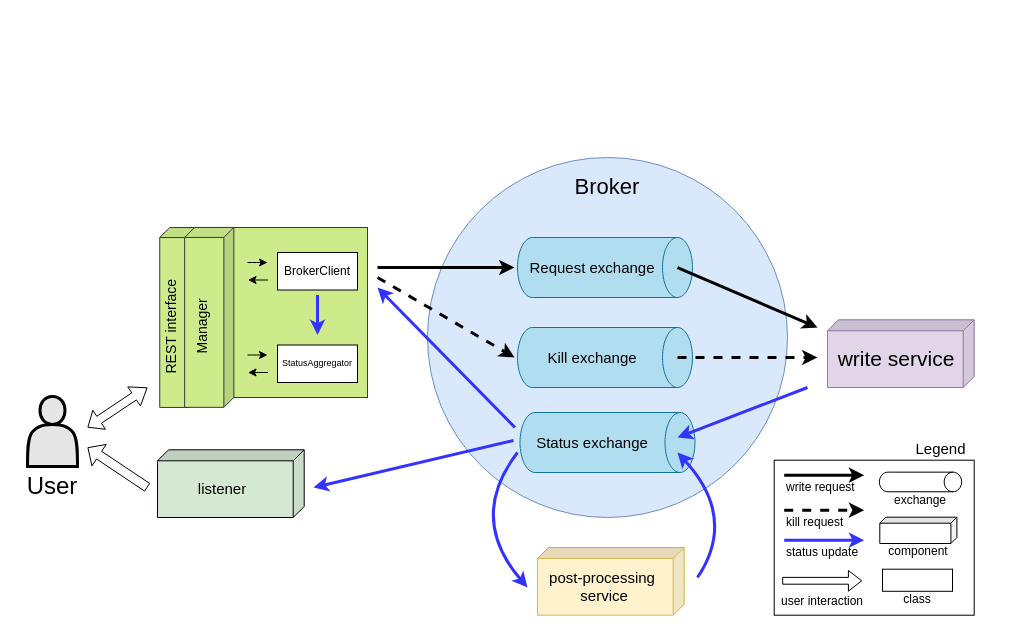
Earlier version of the draw.io diagram page "user_interaction_flow" (2 of 3) of docs/diagrams.drawio (paulscherrerinstitute/std_daq_service). Source tidied: cells renumbered, new cells numbered last; positions are measured from the earlier drawing's top-left corner, leaving out a move shared by most shapes. Both pictures are drawn from the tidied source at 100%, with x=0, y=0 at pixel (17, 157).
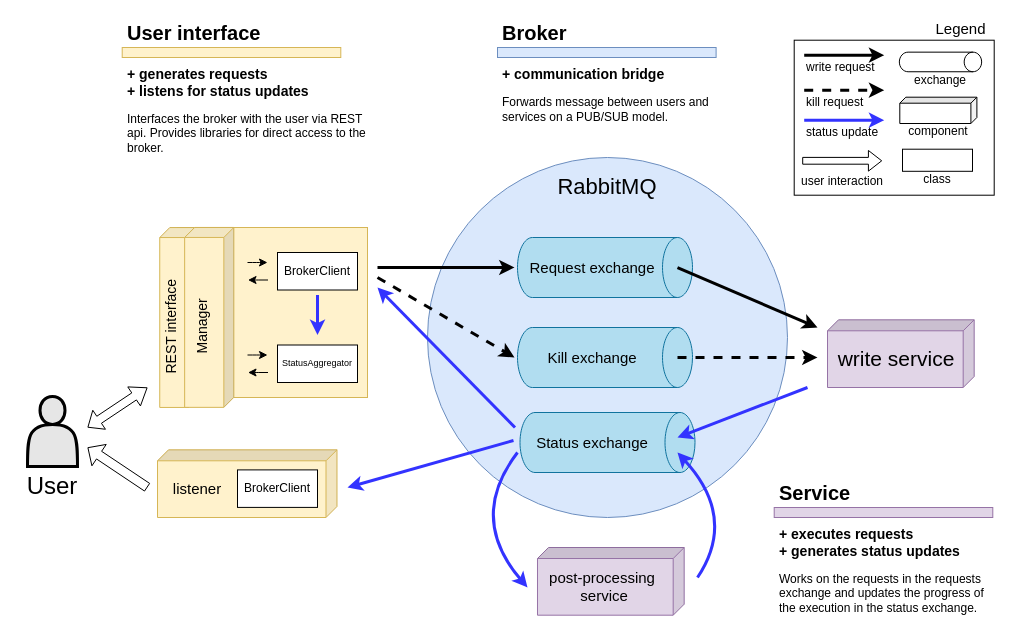
After the change.

Commit message (it also covers changes not shown here):
Finalize the user interaction diagram

Unchanged cells that the change refers to:
```xml
<mxCell id="24" style="group;" parent="1" vertex="1">
  <mxGeometry x="140" y="70" width="210" height="179.9" as="geometry" />
</mxCell>
<mxCell id="35" style="group;" parent="24" vertex="1">
  <mxGeometry width="76.4" height="179.9" as="geometry" />
</mxCell>
<mxCell id="43" style="group;spacing=2;fontSize=10;" parent="1" vertex="1">
  <mxGeometry x="520" y="390" width="146.7" height="67.7" as="geometry" />
</mxCell>
```

The edit, as a diff of the source:
```diff
@@
     <mxCell id="6" style="endArrow=classic;html=1;anchorPointDirection=0;strokeWidth=3;" parent="1" edge="1">
-      <mxGeometry x="470" y="270" as="geometry">
+      <mxGeometry x="470" y="321" as="geometry">
         <mxPoint x="360" y="110" as="sourcePoint" />
         <mxPoint x="497" y="110" as="targetPoint" />
       </mxGeometry>
     </mxCell>
     <mxCell id="7" style="endArrow=classic;html=1;anchorPointDirection=0;strokeWidth=3;dashed=1;" parent="1" edge="1">
-      <mxGeometry x="470" y="260" as="geometry">
+      <mxGeometry x="470" y="311" as="geometry">
         <mxPoint x="360" y="120" as="sourcePoint" />
         <mxPoint x="497" y="200" as="targetPoint" />
       </mxGeometry>
     </mxCell>
-    <mxCell id="8" value="Broker" style="text;html=1;strokeColor=none;fillColor=none;align=center;verticalAlign=middle;whiteSpace=wrap;rounded=0;fontSize=22;" parent="1" vertex="1">
+    <mxCell id="8" value="RabbitMQ" style="text;html=1;strokeColor=none;fillColor=none;align=center;verticalAlign=middle;whiteSpace=wrap;rounded=0;fontSize=22;" parent="1" vertex="1">
       <mxGeometry x="570" y="20" width="40" height="20" as="geometry" />
     </mxCell>
@@
     <mxCell id="18" style="endArrow=classic;html=1;anchorPointDirection=0;strokeWidth=3;dashed=1;" parent="1" edge="1">
-      <mxGeometry x="453" y="259.1" as="geometry">
+      <mxGeometry x="453" y="310.1" as="geometry">
         <mxPoint x="660" y="200.1" as="sourcePoint" />
         <mxPoint x="800" y="200" as="targetPoint" />
       </mxGeometry>
     </mxCell>
     <mxCell id="19" style="endArrow=classic;html=1;anchorPointDirection=0;strokeWidth=3;" parent="1" edge="1">
-      <mxGeometry x="453" y="260.1" as="geometry">
+      <mxGeometry x="453" y="311.1" as="geometry">
         <mxPoint x="660" y="110.1" as="sourcePoint" />
         <mxPoint x="800" y="170" as="targetPoint" />
       </mxGeometry>
     </mxCell>
     <mxCell id="20" style="endArrow=classic;html=1;anchorPointDirection=0;strokeWidth=3;strokeColor=#3333FF;curved=1;" parent="1" edge="1">
-      <mxGeometry x="303" y="327.1" as="geometry">
+      <mxGeometry x="303" y="378.1" as="geometry">
         <mxPoint x="500" y="295" as="sourcePoint" />
         <mxPoint x="510" y="430" as="targetPoint" />
         <Array as="points">
           <mxPoint x="450" y="360" />
         </Array>
       </mxGeometry>
     </mxCell>
     <mxCell id="21" style="endArrow=classic;html=1;anchorPointDirection=0;strokeWidth=3;strokeColor=#3333FF;curved=1;" parent="1" edge="1">
-      <mxGeometry x="543" y="322.1" as="geometry">
+      <mxGeometry x="543" y="373.1" as="geometry">
         <mxPoint x="680" y="420" as="sourcePoint" />
         <mxPoint x="660" y="295" as="targetPoint" />
         <Array as="points">
           <mxPoint x="720" y="360" />
         </Array>
       </mxGeometry>
     </mxCell>
     <mxCell id="22" style="endArrow=none;html=1;anchorPointDirection=0;strokeWidth=3;startArrow=classic;startFill=1;endFill=0;strokeColor=#3333FF;" parent="1" edge="1">
-      <mxGeometry x="470.5" y="250" as="geometry">
+      <mxGeometry x="470.5" y="301" as="geometry">
         <mxPoint x="360" y="130" as="sourcePoint" />
         <mxPoint x="497.5" y="270" as="targetPoint" />
       </mxGeometry>
     </mxCell>
     <mxCell id="23" style="endArrow=classic;html=1;anchorPointDirection=0;strokeWidth=3;strokeColor=#3333FF;" parent="1" edge="1">
-      <mxGeometry x="453" y="242" as="geometry">
+      <mxGeometry x="453" y="293" as="geometry">
         <mxPoint x="790" y="230" as="sourcePoint" />
         <mxPoint x="660" y="280" as="targetPoint" />
       </mxGeometry>
     </mxCell>
@@
-    <mxCell id="25" style="rounded=0;whiteSpace=wrap;html=1;fillColor=#cdeb8b;strokeColor=#36393d;" parent="24" vertex="1">
+    <mxCell id="25" style="rounded=0;whiteSpace=wrap;html=1;fillColor=#fff2cc;strokeColor=#d6b656;" parent="24" vertex="1">
       <mxGeometry x="20" width="190" height="170" as="geometry" />
     </mxCell>
@@
-    <mxCell id="36" style="shape=cube;whiteSpace=wrap;html=1;boundedLbl=1;backgroundOutline=1;darkOpacity=0.05;darkOpacity2=0.1;fontSize=21;size=10;rotation=90;direction=north;fillColor=#cdeb8b;strokeColor=#36393d;flipV=1;" parent="35" vertex="1">
+    <mxCell id="36" style="shape=cube;whiteSpace=wrap;html=1;boundedLbl=1;backgroundOutline=1;darkOpacity=0.05;darkOpacity2=0.1;fontSize=21;size=10;rotation=90;direction=north;fillColor=#fff2cc;strokeColor=#d6b656;flipV=1;" parent="35" vertex="1">
       <mxGeometry x="-68.3" y="70.6" width="179.9" height="38.8" as="geometry" />
     </mxCell>
-    <mxCell id="37" style="shape=cube;whiteSpace=wrap;html=1;boundedLbl=1;backgroundOutline=1;darkOpacity=0.05;darkOpacity2=0.1;fontSize=21;size=10;rotation=90;direction=north;fillColor=#cdeb8b;strokeColor=#36393d;flipV=1;" parent="35" vertex="1">
+    <mxCell id="37" style="shape=cube;whiteSpace=wrap;html=1;boundedLbl=1;backgroundOutline=1;darkOpacity=0.05;darkOpacity2=0.1;fontSize=21;size=10;rotation=90;direction=north;fillColor=#fff2cc;strokeColor=#d6b656;flipV=1;" parent="35" vertex="1">
       <mxGeometry x="-38.2" y="65.3" width="179.9" height="49.2" as="geometry" />
     </mxCell>
@@
-    <mxCell id="44" style="shape=cube;whiteSpace=wrap;html=1;boundedLbl=1;backgroundOutline=1;darkOpacity=0.05;darkOpacity2=0.1;rotation=90;size=11;fillColor=#fff2cc;strokeColor=#d6b656;" parent="43" vertex="1">
+    <mxCell id="44" style="shape=cube;whiteSpace=wrap;html=1;boundedLbl=1;backgroundOutline=1;darkOpacity=0.05;darkOpacity2=0.1;rotation=90;size=11;fillColor=#e1d5e7;strokeColor=#9673a6;" parent="43" vertex="1">
       <mxGeometry x="39.5" y="-39.5" width="67.7" height="146.7" as="geometry" />
     </mxCell>
@@
+    <mxCell id="73" style="endArrow=none;html=1;anchorPointDirection=0;strokeWidth=3;startArrow=classic;startFill=1;endFill=0;strokeColor=#3333FF;" parent="1" edge="1">
+      <mxGeometry x="469" y="314" as="geometry">
+        <mxPoint x="330" y="330" as="sourcePoint" />
+        <mxPoint x="496" y="283" as="targetPoint" />
+      </mxGeometry>
+    </mxCell>
+    <mxCell id="74" style="shape=flexArrow;endArrow=classic;html=1;fontSize=15;fontColor=#000000;strokeColor=#000000;startArrow=block;width=8.4;startSize=4.156000000000001;endSize=4.86;startWidth=13.440000000000001;endWidth=13.440000000000001;" parent="1" edge="1">
+      <mxGeometry relative="1" as="geometry">
+        <mxPoint x="70" y="270" as="sourcePoint" />
+        <mxPoint x="130" y="230" as="targetPoint" />
+      </mxGeometry>
+    </mxCell>
+    <mxCell id="75" style="shape=flexArrow;endArrow=none;html=1;fontSize=15;fontColor=#000000;strokeColor=#000000;endFill=0;startArrow=block;width=9.2;startSize=4.136;startWidth=15.52;" parent="1" edge="1">
+      <mxGeometry relative="1" as="geometry">
+        <mxPoint x="70" y="289.9" as="sourcePoint" />
+        <mxPoint x="130" y="330" as="targetPoint" />
+      </mxGeometry>
+    </mxCell>
+    <mxCell id="76" style="group;" parent="1" vertex="1">
+      <mxGeometry x="104.7" y="-140" width="250" height="170" as="geometry" />
+    </mxCell>
+    <mxCell id="77" value="&lt;h1 style=&quot;font-size: 14px&quot;&gt;&lt;font style=&quot;font-size: 14px&quot;&gt;+ generates requests&lt;br&gt;+ listens for status updates&lt;/font&gt;&lt;/h1&gt;&lt;p&gt;Interfaces the broker with the user via REST api. Provides libraries for direct access to the broker.&lt;/p&gt;" style="text;html=1;strokeColor=none;fillColor=none;spacing=5;spacingTop=-20;whiteSpace=wrap;overflow=hidden;rounded=0;fontColor=#000000;" parent="76" vertex="1">
+      <mxGeometry y="50" width="250" height="120" as="geometry" />
+    </mxCell>
+    <mxCell id="78" style="rounded=0;whiteSpace=wrap;html=1;fillColor=#fff2cc;strokeColor=#d6b656;" parent="76" vertex="1">
+      <mxGeometry y="30" width="218.6" height="10" as="geometry" />
+    </mxCell>
+    <mxCell id="79" value="&lt;font style=&quot;font-size: 20px&quot;&gt;User interface&lt;/font&gt;" style="text;html=1;strokeColor=none;fillColor=none;align=left;verticalAlign=middle;whiteSpace=wrap;rounded=0;fontColor=#000000;fontStyle=1;" parent="76" vertex="1">
+      <mxGeometry x="2.8" width="213" height="30" as="geometry" />
+    </mxCell>
+    <mxCell id="80" style="group;" parent="1" vertex="1">
+      <mxGeometry x="776.7" y="-140" width="200" height="177.7" as="geometry" />
+    </mxCell>
-    <mxCell id="46" style="group;fillColor=#ffffff;" parent="1" vertex="1">
-      <mxGeometry x="756.7" y="302.7" width="200" height="155" as="geometry" />
+    <mxCell id="46" style="group;fillColor=#ffffff;" parent="80" vertex="1">
+      <mxGeometry y="22.7" width="200" height="155" as="geometry" />
     </mxCell>
@@
-    <mxCell id="69" value="Legend" style="text;html=1;strokeColor=none;fillColor=none;align=center;verticalAlign=middle;whiteSpace=wrap;rounded=0;fontSize=15;fontColor=#000000;" parent="1" vertex="1">
-      <mxGeometry x="890" y="280" width="66.7" height="22.7" as="geometry" />
+    <mxCell id="69" value="Legend" style="text;html=1;strokeColor=none;fillColor=none;align=center;verticalAlign=middle;whiteSpace=wrap;rounded=0;fontSize=15;fontColor=#000000;" parent="80" vertex="1">
+      <mxGeometry x="133.3" width="66.7" height="22.7" as="geometry" />
     </mxCell>
-    <mxCell id="70" style="group;spacing=2;fontSize=10;" parent="1" vertex="1">
-      <mxGeometry x="140" y="292.3" width="146.7" height="67.7" as="geometry" />
-    </mxCell>
+    <mxCell id="81" style="group;" parent="1" vertex="1">
+      <mxGeometry x="480" y="-140" width="220" height="110" as="geometry" />
+    </mxCell>
+    <mxCell id="82" value="&lt;h1 style=&quot;font-size: 14px&quot;&gt;&lt;font style=&quot;font-size: 14px&quot;&gt;+ communication bridge&lt;br&gt;&lt;/font&gt;&lt;/h1&gt;&lt;p&gt;Forwards message between users and services on a PUB/SUB model.&lt;/p&gt;" style="text;html=1;strokeColor=none;fillColor=none;spacing=5;spacingTop=-20;whiteSpace=wrap;overflow=hidden;rounded=0;fontColor=#000000;" parent="81" vertex="1">
+      <mxGeometry y="50" width="220" height="60" as="geometry" />
+    </mxCell>
+    <mxCell id="83" style="rounded=0;whiteSpace=wrap;html=1;fillColor=#dae8fc;strokeColor=#6c8ebf;" parent="81" vertex="1">
+      <mxGeometry y="30" width="218.6" height="10" as="geometry" />
+    </mxCell>
+    <mxCell id="84" value="&lt;font style=&quot;font-size: 20px&quot;&gt;Broker&lt;/font&gt;" style="text;html=1;strokeColor=none;fillColor=none;align=left;verticalAlign=middle;whiteSpace=wrap;rounded=0;fontColor=#000000;fontStyle=1;" parent="81" vertex="1">
+      <mxGeometry x="2.8" width="213" height="30" as="geometry" />
+    </mxCell>
+    <mxCell id="85" style="group;" parent="1" vertex="1">
+      <mxGeometry x="140" y="292.3" width="179.5" height="67.7" as="geometry" />
+    </mxCell>
-    <mxCell id="71" style="shape=cube;whiteSpace=wrap;html=1;boundedLbl=1;backgroundOutline=1;darkOpacity=0.05;darkOpacity2=0.1;rotation=90;size=11;fillColor=#d5e8d4;" parent="70" vertex="1">
-      <mxGeometry x="39.5" y="-39.5" width="67.7" height="146.7" as="geometry" />
+    <mxCell id="71" style="shape=cube;whiteSpace=wrap;html=1;boundedLbl=1;backgroundOutline=1;darkOpacity=0.05;darkOpacity2=0.1;rotation=90;size=11;fillColor=#fff2cc;strokeColor=#d6b656;" parent="85" vertex="1">
+      <mxGeometry x="55.9" y="-55.9" width="67.7" height="179.5" as="geometry" />
     </mxCell>
-    <mxCell id="72" value="&lt;div style=&quot;font-size: 15px&quot;&gt;listener&lt;/div&gt;" style="text;html=1;strokeColor=none;fillColor=none;align=center;verticalAlign=middle;whiteSpace=wrap;rounded=0;fontSize=15;" parent="70" vertex="1">
-      <mxGeometry x="10" y="10" width="110" height="57.7" as="geometry" />
+    <mxCell id="72" value="&lt;div style=&quot;font-size: 15px&quot;&gt;listener&lt;/div&gt;" style="text;html=1;strokeColor=none;fillColor=none;align=center;verticalAlign=middle;whiteSpace=wrap;rounded=0;fontSize=15;" parent="85" vertex="1">
+      <mxGeometry y="10" width="80" height="57.7" as="geometry" />
     </mxCell>
-    <mxCell id="73" style="endArrow=none;html=1;anchorPointDirection=0;strokeWidth=3;startArrow=classic;startFill=1;endFill=0;strokeColor=#3333FF;" parent="1" edge="1">
-      <mxGeometry x="469" y="263" as="geometry">
-        <mxPoint x="296" y="330" as="sourcePoint" />
-        <mxPoint x="496" y="283" as="targetPoint" />
-      </mxGeometry>
-    </mxCell>
-    <mxCell id="74" style="shape=flexArrow;endArrow=classic;html=1;fontSize=15;fontColor=#000000;strokeColor=#000000;startArrow=block;width=8.4;startSize=4.156000000000001;endSize=4.86;startWidth=13.440000000000001;endWidth=13.440000000000001;" parent="1" edge="1">
-      <mxGeometry relative="1" as="geometry">
-        <mxPoint x="70" y="270" as="sourcePoint" />
-        <mxPoint x="130" y="230" as="targetPoint" />
-      </mxGeometry>
-    </mxCell>
-    <mxCell id="75" style="shape=flexArrow;endArrow=none;html=1;fontSize=15;fontColor=#000000;strokeColor=#000000;endFill=0;startArrow=block;width=9.2;startSize=4.136;startWidth=15.52;" parent="1" edge="1">
-      <mxGeometry relative="1" as="geometry">
-        <mxPoint x="70" y="289.9" as="sourcePoint" />
-        <mxPoint x="130" y="330" as="targetPoint" />
-      </mxGeometry>
-    </mxCell>
+    <mxCell id="86" value="BrokerClient" style="rounded=0;whiteSpace=wrap;html=1;" parent="85" vertex="1">
+      <mxGeometry x="80" y="20.1" width="80" height="37.5" as="geometry" />
+    </mxCell>
+    <mxCell id="87" style="group;" parent="1" vertex="1">
+      <mxGeometry x="756.7" y="320" width="220" height="140" as="geometry" />
+    </mxCell>
+    <mxCell id="88" value="&lt;h1 style=&quot;font-size: 14px&quot;&gt;&lt;font style=&quot;font-size: 14px&quot;&gt;+ executes requests&lt;br&gt;+ generates status updates&lt;/font&gt;&lt;/h1&gt;&lt;p&gt;Works on the requests in the requests exchange and updates the progress of the execution in the status exchange.&lt;/p&gt;" style="text;html=1;strokeColor=none;fillColor=none;spacing=5;spacingTop=-20;whiteSpace=wrap;overflow=hidden;rounded=0;fontColor=#000000;" parent="87" vertex="1">
+      <mxGeometry y="50" width="220" height="90" as="geometry" />
+    </mxCell>
+    <mxCell id="89" style="rounded=0;whiteSpace=wrap;html=1;fillColor=#e1d5e7;strokeColor=#9673a6;" parent="87" vertex="1">
+      <mxGeometry y="30" width="218.6" height="10" as="geometry" />
+    </mxCell>
+    <mxCell id="90" value="&lt;font style=&quot;font-size: 20px&quot;&gt;Service&lt;/font&gt;" style="text;html=1;strokeColor=none;fillColor=none;align=left;verticalAlign=middle;whiteSpace=wrap;rounded=0;fontColor=#000000;fontStyle=1;" parent="87" vertex="1">
+      <mxGeometry x="2.8" width="213" height="30" as="geometry" />
+    </mxCell>
```
